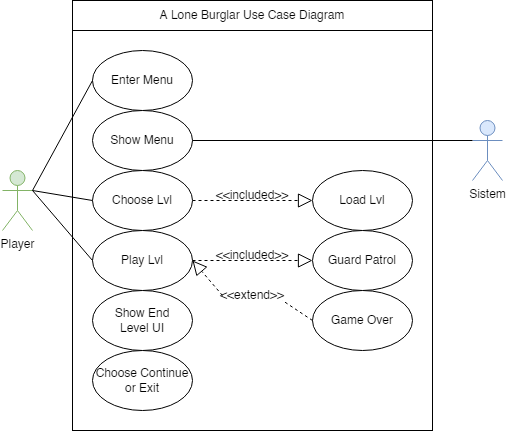
Before: use case diagram.png, a diagram exported from draw.io (johannfac/A-Lone-Burglar). Source tidied: cells renumbered, new cells last; positions are measured from the earlier drawing's top-left corner, leaving out a move shared by most shapes.
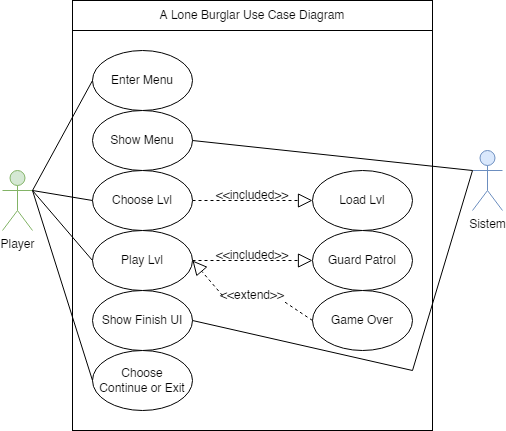
The same diagram one commit later.

What changed in the source:
```diff
@@ -9,7 +9,7 @@
       <mxGeometry y="170" width="30" height="60" as="geometry" />
     </mxCell>
     <mxCell id="4" value="Sistem" style="shape=umlActor;verticalLabelPosition=bottom;verticalAlign=top;html=1;outlineConnect=0;fillColor=#dae8fc;strokeColor=#6c8ebf;" parent="1" vertex="1">
-      <mxGeometry x="470" y="120" width="30" height="60" as="geometry" />
+      <mxGeometry x="470" y="150" width="30" height="60" as="geometry" />
     </mxCell>
     <mxCell id="5" value="Load Lvl" style="ellipse;whiteSpace=wrap;html=1;" parent="1" vertex="1">
       <mxGeometry x="310" y="170" width="100" height="60" as="geometry" />
@@ -78,11 +78,21 @@
     <mxCell id="23" style="endArrow=none;dashed=1;endFill=0;endSize=12;html=1;rounded=0;exitX=0;exitY=0.5;exitDx=0;exitDy=0;startArrow=none;entryX=1;entryY=1;entryDx=0;entryDy=0;" parent="1" edge="1" source="16" target="22">
       <mxGeometry relative="1" as="geometry" />
     </mxCell>
-    <mxCell id="24" value="Show End&lt;br&gt;Level UI" style="ellipse;whiteSpace=wrap;html=1;" parent="1" vertex="1">
+    <mxCell id="24" value="Show Finish&amp;nbsp;UI" style="ellipse;whiteSpace=wrap;html=1;" parent="1" vertex="1">
       <mxGeometry x="90" y="290" width="100" height="60" as="geometry" />
     </mxCell>
-    <mxCell id="25" value="Choose Continue or Exit" style="ellipse;whiteSpace=wrap;html=1;" parent="1" vertex="1">
+    <mxCell id="25" value="Choose&lt;br&gt;Continue or Exit" style="ellipse;whiteSpace=wrap;html=1;" parent="1" vertex="1">
       <mxGeometry x="90" y="350" width="100" height="60" as="geometry" />
     </mxCell>
+    <mxCell id="26" style="endArrow=none;endFill=0;endSize=12;html=1;rounded=0;exitX=0;exitY=0.3333333333333333;exitDx=0;exitDy=0;entryX=1;entryY=0.5;entryDx=0;entryDy=0;startArrow=none;exitPerimeter=0;" parent="1" edge="1" source="4" target="24">
+      <mxGeometry relative="1" as="geometry">
+        <Array as="points">
+          <mxPoint x="410" y="370" />
+        </Array>
+      </mxGeometry>
+    </mxCell>
+    <mxCell id="27" style="endArrow=none;endFill=0;endSize=12;html=1;rounded=0;exitX=0;exitY=0.5;exitDx=0;exitDy=0;entryX=1;entryY=0.3333333333333333;entryDx=0;entryDy=0;startArrow=none;entryPerimeter=0;" parent="1" edge="1" source="25" target="3">
+      <mxGeometry relative="1" as="geometry" />
+    </mxCell>
   </root>
 </mxGraphModel>
```
